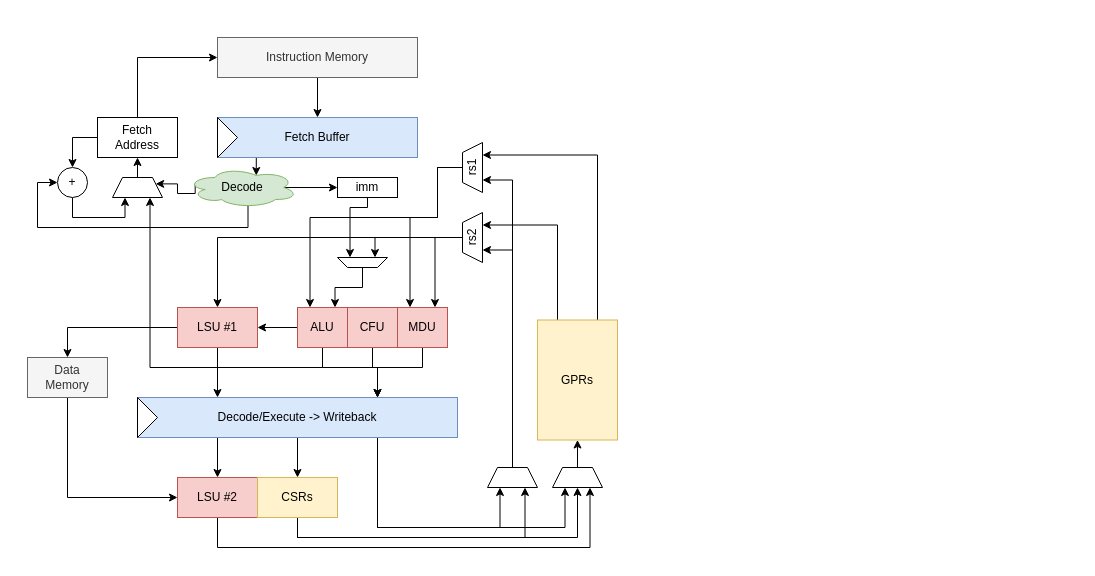
ben-marshall/croyde-riscv keeps this draw.io diagram as docs/pipeline-diagram.drawio. Above is the earlier version. Source tidied: cells renumbered, new cells numbered last; positions are measured from the earlier drawing's top-left corner, leaving out a move shared by most shapes. Both pictures are drawn from the tidied source at 100%, with x=0, y=0 at pixel (27, 37).
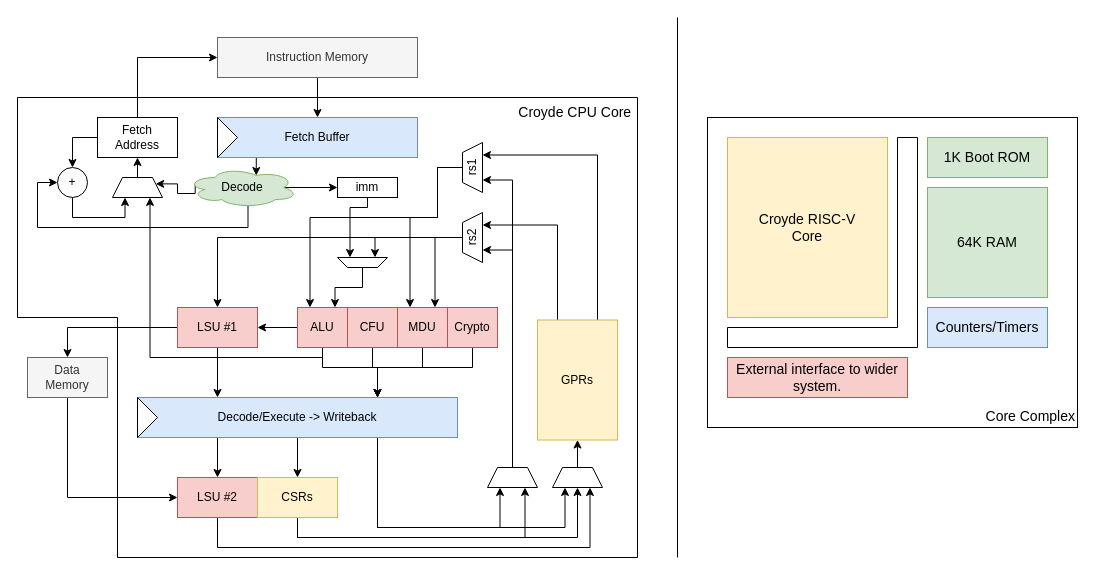
The same diagram, later.

Unchanged cells that the change refers to:
```xml
<mxCell id="12" value="ALU" style="rounded=0;whiteSpace=wrap;html=1;fillColor=#f8cecc;strokeColor=#b85450;" parent="1" vertex="1">
  <mxGeometry x="270" y="270" width="50" height="40" as="geometry" />
</mxCell>
<mxCell id="54" style="shape=trapezoid;perimeter=trapezoidPerimeter;whiteSpace=wrap;html=1;rotation=0;" parent="1" vertex="1">
  <mxGeometry x="85" y="140" width="50" height="20" as="geometry" />
</mxCell>
```

Diff of the diagram source:
```diff
@@
+    <mxCell id="61" value="Croyde CPU Core&amp;nbsp;" style="shape=corner;whiteSpace=wrap;html=1;fontSize=14;rotation=90;dx=220;dy=520;align=right;verticalAlign=top;horizontal=0;" parent="1" vertex="1">
+      <mxGeometry x="70" y="-20" width="460" height="620" as="geometry" />
+    </mxCell>
+    <mxCell id="62" value="&lt;div&gt;&lt;span&gt;Core Complex&lt;/span&gt;&lt;/div&gt;" style="rounded=0;whiteSpace=wrap;html=1;fontSize=14;align=right;verticalAlign=bottom;" parent="1" vertex="1">
+      <mxGeometry x="680" y="80" width="370" height="310" as="geometry" />
+    </mxCell>
@@
     <mxCell id="10" style="edgeStyle=orthogonalEdgeStyle;rounded=0;jettySize=auto;html=1;exitX=0.5;exitY=1;exitDx=0;exitDy=0;entryX=0.75;entryY=1;entryDx=0;entryDy=0;" parent="1" edge="1" source="12" target="54">
-      <mxGeometry relative="1" as="geometry" />
+      <mxGeometry relative="1" as="geometry">
+        <Array as="points">
+          <mxPoint x="295" y="320" />
+          <mxPoint x="123" y="320" />
+        </Array>
+      </mxGeometry>
     </mxCell>
@@
+    <mxCell id="63" style="edgeStyle=orthogonalEdgeStyle;rounded=0;jettySize=auto;html=1;exitX=0.5;exitY=1;exitDx=0;exitDy=0;" parent="1" edge="1" source="64">
+      <mxGeometry relative="1" as="geometry">
+        <mxPoint x="350" y="360" as="targetPoint" />
+        <Array as="points">
+          <mxPoint x="445" y="330" />
+          <mxPoint x="350" y="330" />
+        </Array>
+      </mxGeometry>
+    </mxCell>
+    <mxCell id="64" value="Crypto" style="rounded=0;whiteSpace=wrap;html=1;fillColor=#f8cecc;strokeColor=#b85450;" parent="1" vertex="1">
+      <mxGeometry x="420" y="270" width="50" height="40" as="geometry" />
+    </mxCell>
+    <mxCell id="65" style="endArrow=none;html=1;" parent="1" edge="1">
+      <mxGeometry relative="1" as="geometry">
+        <mxPoint x="650" y="520" as="sourcePoint" />
+        <mxPoint x="650" y="-20" as="targetPoint" />
+      </mxGeometry>
+    </mxCell>
+    <mxCell id="66" value="Croyde RISC-V&lt;br style=&quot;font-size: 14px;&quot;&gt;Core" style="rounded=0;whiteSpace=wrap;html=1;fillColor=#fff2cc;strokeColor=#d6b656;fontSize=14;" parent="1" vertex="1">
+      <mxGeometry x="700" y="100" width="160" height="180" as="geometry" />
+    </mxCell>
+    <mxCell id="67" value="1K Boot ROM" style="rounded=0;whiteSpace=wrap;html=1;fontSize=14;fillColor=#d5e8d4;strokeColor=#82b366;" parent="1" vertex="1">
+      <mxGeometry x="900" y="100" width="120" height="40" as="geometry" />
+    </mxCell>
+    <mxCell id="68" value="64K RAM" style="rounded=0;whiteSpace=wrap;html=1;fontSize=14;fillColor=#d5e8d4;strokeColor=#82b366;" parent="1" vertex="1">
+      <mxGeometry x="900" y="150" width="120" height="110" as="geometry" />
+    </mxCell>
+    <mxCell id="69" value="Counters/Timers" style="rounded=0;whiteSpace=wrap;html=1;fontSize=14;fillColor=#dae8fc;strokeColor=#6c8ebf;" parent="1" vertex="1">
+      <mxGeometry x="900" y="270" width="120" height="40" as="geometry" />
+    </mxCell>
+    <mxCell id="70" value="External interface to wider&lt;br&gt;system." style="rounded=0;whiteSpace=wrap;html=1;fontSize=14;fillColor=#f8cecc;strokeColor=#b85450;" parent="1" vertex="1">
+      <mxGeometry x="700" y="320" width="180" height="40" as="geometry" />
+    </mxCell>
+    <mxCell id="71" style="shape=corner;whiteSpace=wrap;html=1;fontSize=14;rotation=-180;" parent="1" vertex="1">
+      <mxGeometry x="700" y="100" width="190" height="210" as="geometry" />
+    </mxCell>
```
